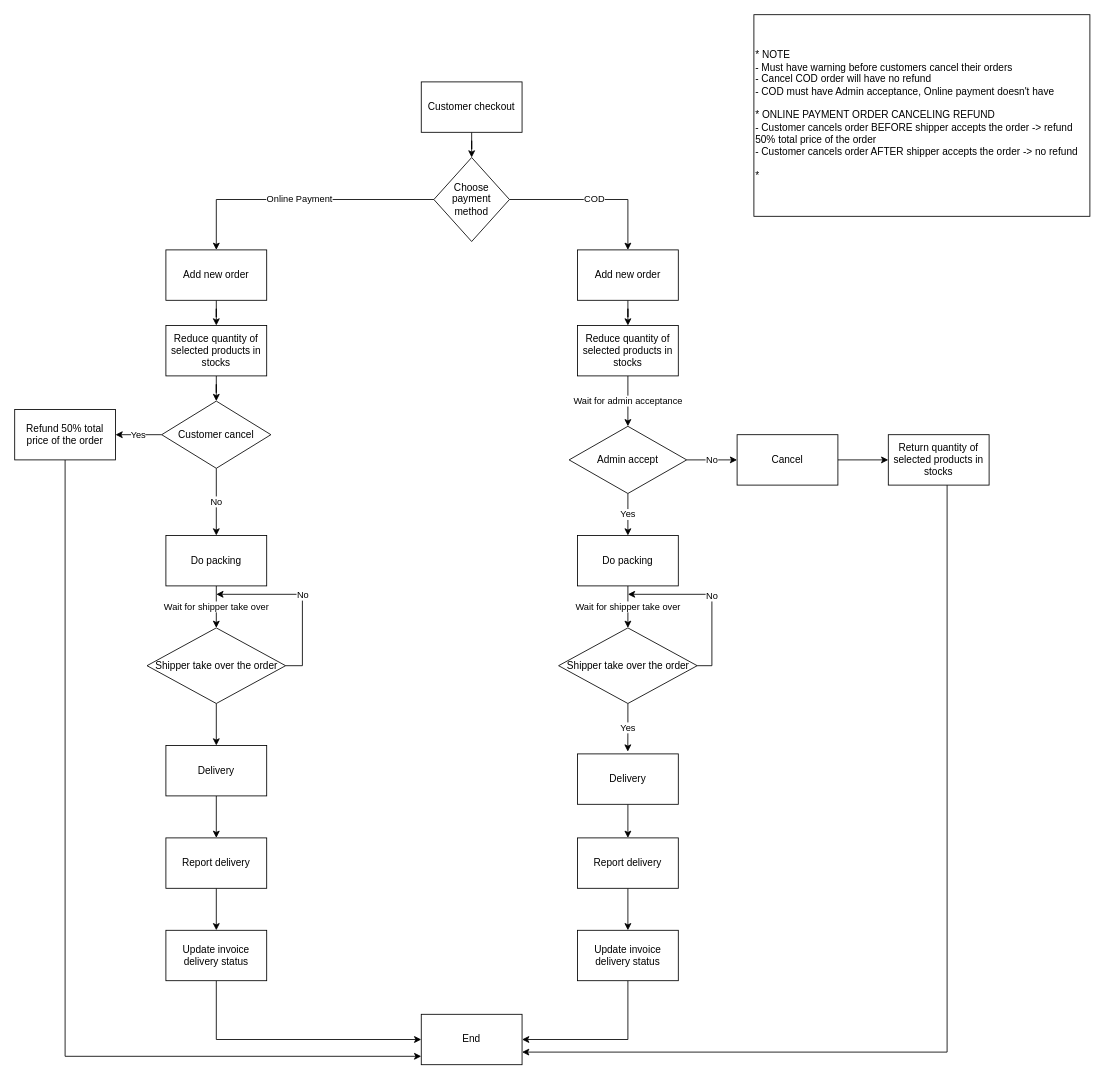
Above: others/FOOLISH_PAYMENT_PROCEDURE_FLOWCHART.drawio in NguyenHoangSang236/FoolishStoreProject (draw.io), before the change. Source tidied: cells renumbered, new cells numbered last; positions are measured from the earlier drawing's top-left corner, leaving out a move shared by most shapes. Both pictures are drawn from the tidied source at 84%, with x=0, y=0 at pixel (14, 14).
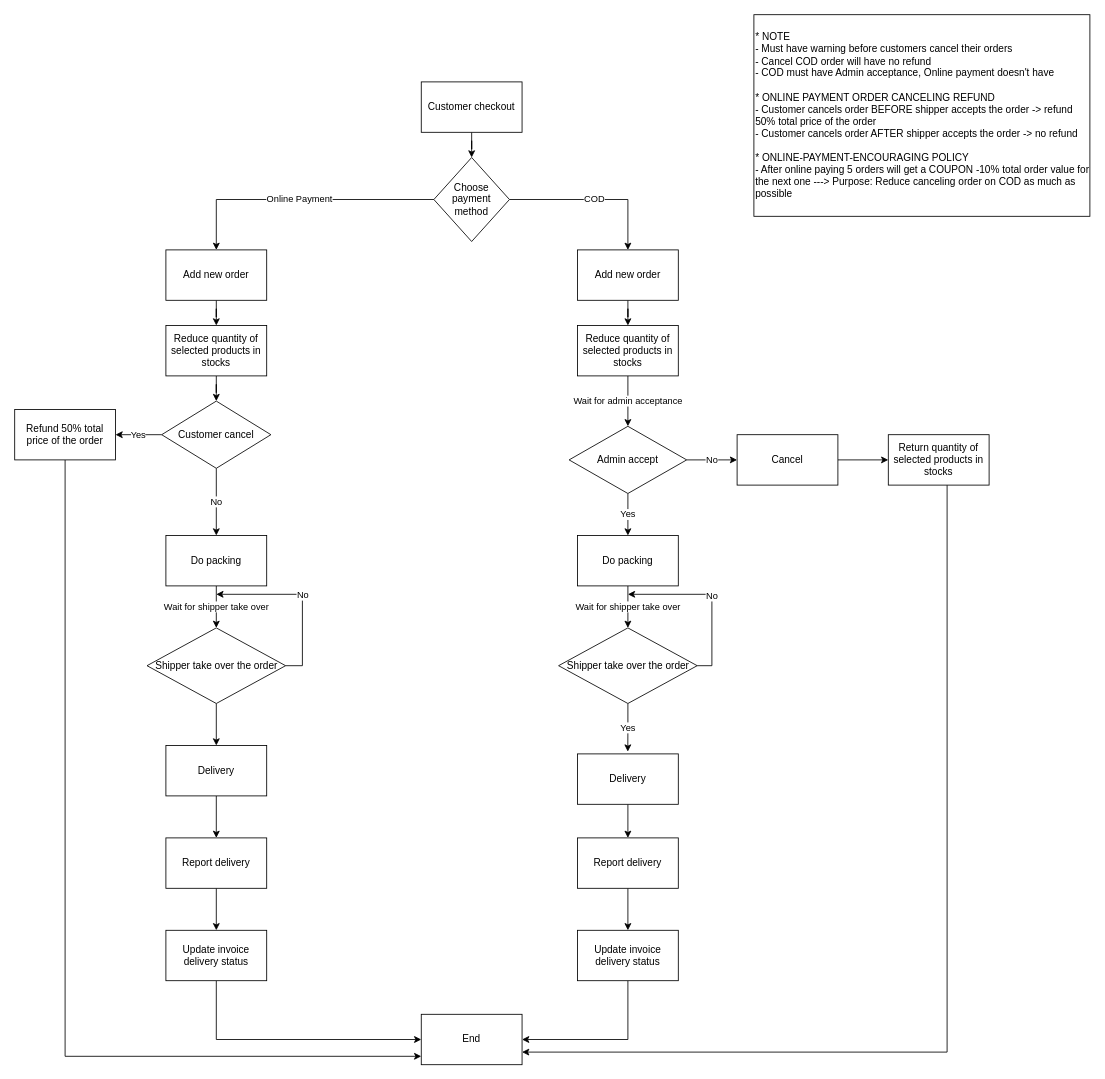
Above is the later version.

Commit message (it also covers changes not shown here):
add column admin id who in charge an invoice in Invoice table

What changed in the source:
```diff
@@
-    <mxCell id="22" value="&lt;div align=&quot;left&quot;&gt;* NOTE&lt;/div&gt;&lt;div align=&quot;left&quot;&gt;- Must have warning before customers cancel their orders&lt;/div&gt;&lt;div align=&quot;left&quot;&gt;- Cancel COD order will have no refund&lt;br&gt;&lt;/div&gt;&lt;div align=&quot;left&quot;&gt;- COD must have Admin acceptance, Online payment doesn't have&lt;/div&gt;&lt;div align=&quot;left&quot;&gt;&lt;br&gt;&lt;/div&gt;&lt;div align=&quot;left&quot;&gt;* ONLINE PAYMENT ORDER CANCELING REFUND&lt;br&gt;&lt;/div&gt;&lt;div align=&quot;left&quot;&gt;- Customer cancels order BEFORE shipper accepts the order -&amp;gt; refund 50% total price of the order&lt;br&gt;&lt;/div&gt;&lt;div align=&quot;left&quot;&gt;- Customer cancels order AFTER shipper accepts the order -&amp;gt; no refund&lt;/div&gt;&lt;div align=&quot;left&quot;&gt;&lt;br&gt;&lt;/div&gt;&lt;div align=&quot;left&quot;&gt;* &lt;br&gt;&lt;/div&gt;" style="rounded=0;whiteSpace=wrap;html=1;align=left;" parent="1" vertex="1">
+    <mxCell id="22" value="&lt;div align=&quot;left&quot;&gt;* NOTE&lt;/div&gt;&lt;div align=&quot;left&quot;&gt;- Must have warning before customers cancel their orders&lt;/div&gt;&lt;div align=&quot;left&quot;&gt;- Cancel COD order will have no refund&lt;br&gt;&lt;/div&gt;&lt;div align=&quot;left&quot;&gt;- COD must have Admin acceptance, Online payment doesn't have&lt;/div&gt;&lt;div align=&quot;left&quot;&gt;&lt;br&gt;&lt;/div&gt;&lt;div align=&quot;left&quot;&gt;* ONLINE PAYMENT ORDER CANCELING REFUND&lt;br&gt;&lt;/div&gt;&lt;div align=&quot;left&quot;&gt;- Customer cancels order BEFORE shipper accepts the order -&amp;gt; refund 50% total price of the order&lt;br&gt;&lt;/div&gt;&lt;div align=&quot;left&quot;&gt;- Customer cancels order AFTER shipper accepts the order -&amp;gt; no refund&lt;/div&gt;&lt;div align=&quot;left&quot;&gt;&lt;br&gt;&lt;/div&gt;&lt;div align=&quot;left&quot;&gt;* ONLINE-PAYMENT-ENCOURAGING POLICY&lt;/div&gt;&lt;div align=&quot;left&quot;&gt;- After online paying 5 orders will get a COUPON -10% total order value for the next one ---&amp;gt; Purpose: Reduce canceling order on COD as much as possible&lt;br&gt;&lt;/div&gt;" style="rounded=0;whiteSpace=wrap;html=1;align=left;" parent="1" vertex="1">
       <mxGeometry x="880" width="400" height="240" as="geometry" />
     </mxCell>
```
